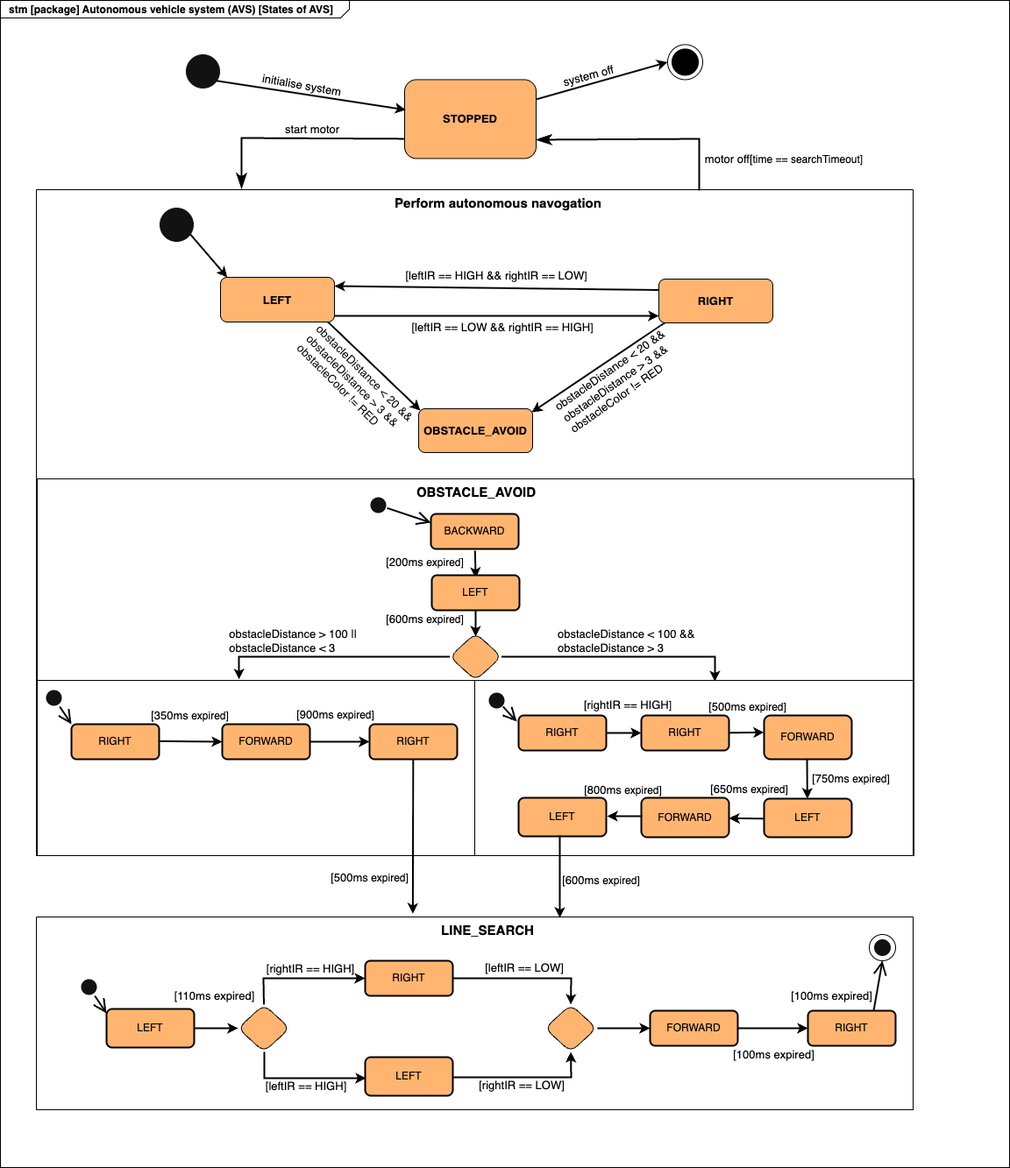
Before: Prototype Analysis/Visualization/StateMachineDiagram.png, a diagram exported from draw.io (DariaShushkova/Autonomous_vehicle_prototype). Source tidied: cells renumbered, new cells last; positions are measured from the earlier drawing's top-left corner, leaving out a move shared by most shapes.
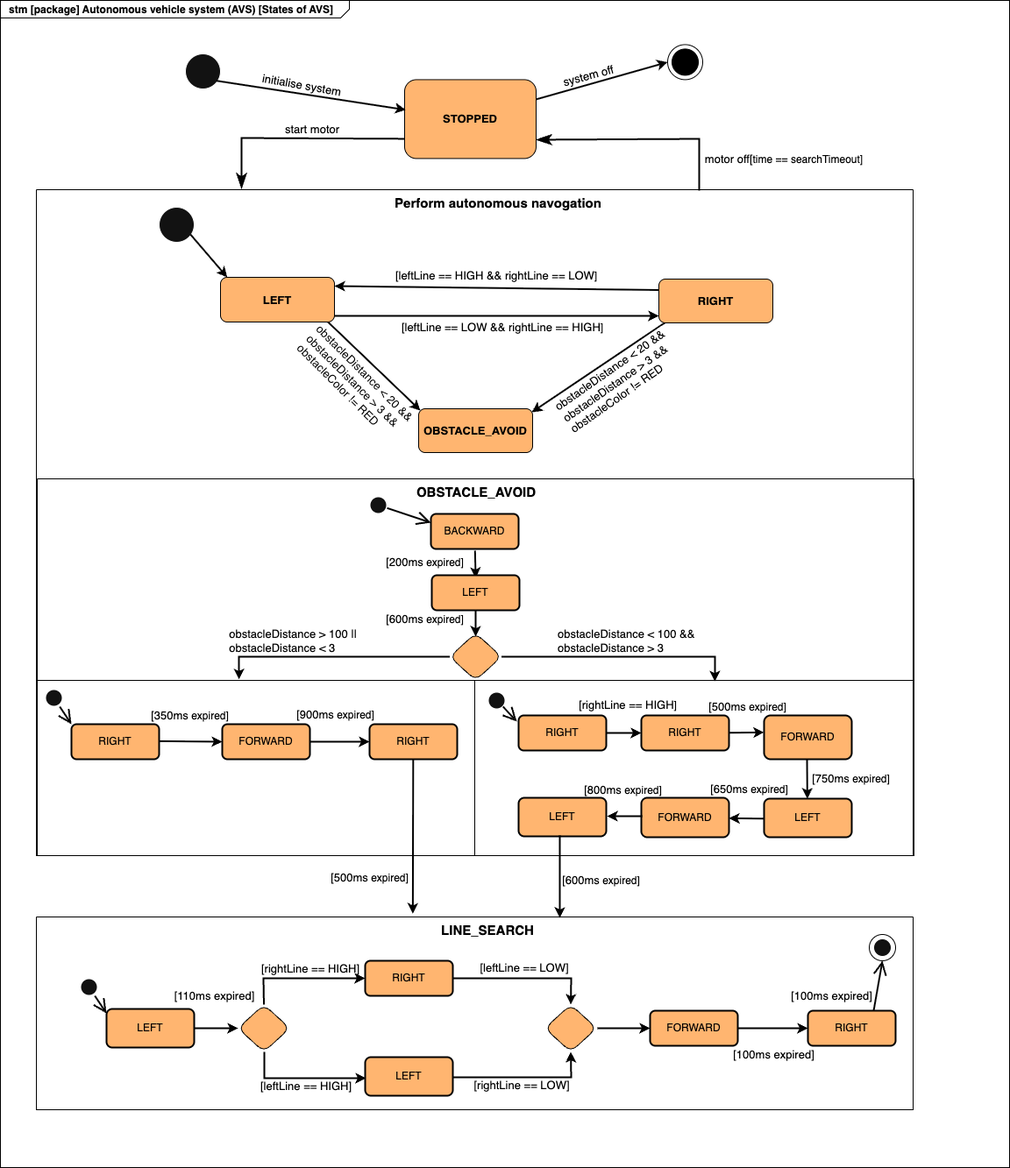
The same diagram one commit later.

Commit message:
final updates in the codeand StateMachineDiagram, some corrections in presentatiom

Diff of the diagram source:
```diff
@@ -47,7 +47,7 @@
     <mxCell id="13" value="&lt;span style=&quot;font-size: 13px;&quot;&gt;&lt;b&gt;RIGHT&lt;/b&gt;&lt;/span&gt;" style="shape=rect;rounded=1;html=1;whiteSpace=wrap;align=center;fillColor=light-dark(#FFFFFF,#FFB570);strokeColor=light-dark(#000000,#000000);fontColor=light-dark(#000000,#000000);" parent="9" vertex="1">
       <mxGeometry x="710" y="102" width="130" height="50" as="geometry" />
     </mxCell>
-    <mxCell id="14" value="&lt;div style=&quot;text-align: center;&quot;&gt;&lt;span style=&quot;text-align: start; background-color: light-dark(rgb(255, 255, 255), transparent); text-wrap-mode: nowrap;&quot;&gt;[&lt;/span&gt;&lt;span style=&quot;background-color: light-dark(rgb(255, 255, 255), transparent); text-wrap-mode: nowrap;&quot;&gt;leftIR == HIGH &amp;amp;&amp;amp; rightIR == LOW&lt;/span&gt;&lt;span style=&quot;background-color: light-dark(rgb(255, 255, 255), transparent); font-size: 12px; text-align: start;&quot;&gt;]&lt;/span&gt;&lt;/div&gt;" style="text;html=1;align=center;verticalAlign=middle;whiteSpace=wrap;rounded=0;fontFamily=Helvetica;fontSize=13;fontColor=light-dark(#000000,#000000);labelBackgroundColor=light-dark(#FFFFFF,transparent);rotation=0;" parent="9" vertex="1">
+    <mxCell id="14" value="&lt;div style=&quot;text-align: center;&quot;&gt;&lt;span style=&quot;text-align: start; background-color: light-dark(rgb(255, 255, 255), transparent); text-wrap-mode: nowrap;&quot;&gt;[&lt;/span&gt;&lt;span style=&quot;background-color: light-dark(rgb(255, 255, 255), transparent); text-wrap-mode: nowrap;&quot;&gt;leftLine == HIGH &amp;amp;&amp;amp; rightLine == LOW&lt;/span&gt;&lt;span style=&quot;background-color: light-dark(rgb(255, 255, 255), transparent); font-size: 12px; text-align: start;&quot;&gt;]&lt;/span&gt;&lt;/div&gt;" style="text;html=1;align=center;verticalAlign=middle;whiteSpace=wrap;rounded=0;fontFamily=Helvetica;fontSize=13;fontColor=light-dark(#000000,#000000);labelBackgroundColor=light-dark(#FFFFFF,transparent);rotation=0;" parent="9" vertex="1">
       <mxGeometry x="367.5" y="83" width="313.5" height="30" as="geometry" />
     </mxCell>
     <mxCell id="15" style="endArrow=classic;html=1;rounded=0;strokeColor=light-dark(#000000,#000000);exitX=1;exitY=0.25;exitDx=0;exitDy=0;strokeWidth=2;" parent="9" edge="1">
@@ -239,7 +239,7 @@
     <mxCell id="63" value="&lt;span style=&quot;font-size: 13px;&quot;&gt;&lt;b&gt;LEFT&lt;/b&gt;&lt;/span&gt;" style="shape=rect;rounded=1;html=1;whiteSpace=wrap;align=center;fillColor=light-dark(#FFFFFF,#FFB570);strokeColor=light-dark(#000000,#000000);fontColor=light-dark(#000000,#000000);" parent="1" vertex="1">
       <mxGeometry x="251" y="316" width="130" height="51" as="geometry" />
     </mxCell>
-    <mxCell id="64" value="&lt;div style=&quot;text-align: center;&quot;&gt;&lt;span style=&quot;text-align: start; background-color: light-dark(rgb(255, 255, 255), transparent); text-wrap-mode: nowrap;&quot;&gt;[&lt;/span&gt;&lt;span style=&quot;background-color: light-dark(rgb(255, 255, 255), transparent); text-wrap-mode: nowrap;&quot;&gt;leftIR == LOW &amp;amp;&amp;amp; rightIR == HIGH&lt;/span&gt;&lt;span style=&quot;background-color: light-dark(rgb(255, 255, 255), transparent); font-size: 12px; text-align: start;&quot;&gt;]&lt;/span&gt;&lt;/div&gt;" style="text;html=1;align=center;verticalAlign=middle;whiteSpace=wrap;rounded=0;fontFamily=Helvetica;fontSize=13;fontColor=light-dark(#000000,#000000);labelBackgroundColor=light-dark(#FFFFFF,transparent);rotation=0;" parent="1" vertex="1">
+    <mxCell id="64" value="&lt;div style=&quot;text-align: center;&quot;&gt;&lt;span style=&quot;text-align: start; background-color: light-dark(rgb(255, 255, 255), transparent); text-wrap-mode: nowrap;&quot;&gt;[&lt;/span&gt;&lt;span style=&quot;background-color: light-dark(rgb(255, 255, 255), transparent); text-wrap-mode: nowrap;&quot;&gt;leftLine == LOW &amp;amp;&amp;amp; rightLine == HIGH&lt;/span&gt;&lt;span style=&quot;background-color: light-dark(rgb(255, 255, 255), transparent); font-size: 12px; text-align: start;&quot;&gt;]&lt;/span&gt;&lt;/div&gt;" style="text;html=1;align=center;verticalAlign=middle;whiteSpace=wrap;rounded=0;fontFamily=Helvetica;fontSize=13;fontColor=light-dark(#000000,#000000);labelBackgroundColor=light-dark(#FFFFFF,transparent);rotation=0;" parent="1" vertex="1">
       <mxGeometry x="416" y="358" width="313.5" height="30" as="geometry" />
     </mxCell>
     <mxCell id="65" value="BACKWARD" style="strokeColor=light-dark(#000000,#000000);fillColor=light-dark(#000000,#FFB570);shape=rect;html=1;rounded=1;whiteSpace=wrap;align=center;rotation=0;fontColor=light-dark(#000000,#000000);strokeWidth=2;" parent="1" vertex="1">
@@ -251,7 +251,7 @@
     <mxCell id="67" value="RIGHT" style="strokeColor=light-dark(#000000,#000000);fillColor=light-dark(#000000,#FFB570);shape=rect;html=1;rounded=1;whiteSpace=wrap;align=center;rotation=0;fontColor=light-dark(#000000,#000000);strokeWidth=2;" parent="1" vertex="1">
       <mxGeometry x="81" y="826" width="100" height="40" as="geometry" />
     </mxCell>
-    <mxCell id="68" value="&lt;div style=&quot;text-align: center;&quot;&gt;&lt;span&gt;&lt;span style=&quot;text-align: start; text-wrap-mode: nowrap;&quot;&gt;[right&lt;/span&gt;&lt;span style=&quot;text-wrap-mode: nowrap;&quot;&gt;IR == HIGH&lt;/span&gt;&lt;span style=&quot;font-size: 12px; text-align: start;&quot;&gt;]&lt;/span&gt;&lt;/span&gt;&lt;/div&gt;" style="text;html=1;align=center;verticalAlign=middle;whiteSpace=wrap;rounded=0;fontFamily=Helvetica;fontSize=13;fontColor=light-dark(#000000,#000000);labelBackgroundColor=light-dark(#FFFFFF,transparent);rotation=0;fillColor=none;" parent="1" vertex="1">
+    <mxCell id="68" value="&lt;div style=&quot;text-align: center;&quot;&gt;&lt;span&gt;&lt;span style=&quot;text-align: start; text-wrap-mode: nowrap;&quot;&gt;[rightLine&lt;/span&gt;&lt;span style=&quot;text-wrap-mode: nowrap;&quot;&gt;&amp;nbsp;== HIGH&lt;/span&gt;&lt;span style=&quot;font-size: 12px; text-align: start;&quot;&gt;]&lt;/span&gt;&lt;/span&gt;&lt;/div&gt;" style="text;html=1;align=center;verticalAlign=middle;whiteSpace=wrap;rounded=0;fontFamily=Helvetica;fontSize=13;fontColor=light-dark(#000000,#000000);labelBackgroundColor=light-dark(#FFFFFF,transparent);rotation=0;fillColor=none;" parent="1" vertex="1">
       <mxGeometry x="686" y="799" width="60" height="10" as="geometry" />
     </mxCell>
     <mxCell id="69" value="&lt;div style=&quot;text-align: center;&quot;&gt;&lt;div&gt;&lt;span style=&quot;text-align: start; background-color: light-dark(rgb(255, 255, 255), transparent); text-wrap-mode: nowrap;&quot;&gt;[500ms&lt;/span&gt;&lt;span style=&quot;font-size: 12px; text-align: start; background-color: light-dark(rgb(255, 255, 255), transparent);&quot;&gt;&amp;nbsp;expired]&lt;/span&gt;&lt;/div&gt;&lt;/div&gt;" style="text;html=1;align=center;verticalAlign=middle;whiteSpace=wrap;rounded=0;fontFamily=Helvetica;fontSize=13;fontColor=light-dark(#000000,#000000);labelBackgroundColor=light-dark(#FFFFFF,transparent);rotation=0;" parent="1" vertex="1">
@@ -290,10 +290,10 @@
         </Array>
       </mxGeometry>
     </mxCell>
-    <mxCell id="78" value="&lt;div style=&quot;text-align: center;&quot;&gt;&lt;span&gt;&lt;span style=&quot;text-align: start; text-wrap-mode: nowrap;&quot;&gt;[&lt;/span&gt;&lt;span style=&quot;text-wrap-mode: nowrap;&quot;&gt;leftIR == HIGH&lt;/span&gt;&lt;span style=&quot;text-align: start;&quot;&gt;]&lt;/span&gt;&lt;/span&gt;&lt;/div&gt;" style="text;html=1;align=center;verticalAlign=middle;whiteSpace=wrap;rounded=0;fontFamily=Helvetica;fontSize=13;fontColor=light-dark(#000000,#000000);labelBackgroundColor=light-dark(#FFFFFF,transparent);rotation=0;fillColor=none;" parent="73" vertex="1">
+    <mxCell id="78" value="&lt;div style=&quot;text-align: center;&quot;&gt;&lt;span&gt;&lt;span style=&quot;text-align: start; text-wrap-mode: nowrap;&quot;&gt;[&lt;/span&gt;&lt;span style=&quot;text-wrap-mode: nowrap;&quot;&gt;leftLine == HIGH&lt;/span&gt;&lt;span style=&quot;text-align: start;&quot;&gt;]&lt;/span&gt;&lt;/span&gt;&lt;/div&gt;" style="text;html=1;align=center;verticalAlign=middle;whiteSpace=wrap;rounded=0;fontFamily=Helvetica;fontSize=13;fontColor=light-dark(#000000,#000000);labelBackgroundColor=light-dark(#FFFFFF,transparent);rotation=0;fillColor=none;" parent="73" vertex="1">
       <mxGeometry x="278" y="188" width="60" height="10" as="geometry" />
     </mxCell>
-    <mxCell id="79" value="&lt;div style=&quot;text-align: center;&quot;&gt;&lt;span&gt;&lt;span style=&quot;text-align: start; text-wrap-mode: nowrap;&quot;&gt;[rightI&lt;/span&gt;&lt;span style=&quot;text-wrap-mode: nowrap;&quot;&gt;R == HIGH&lt;/span&gt;&lt;span style=&quot;text-align: start;&quot;&gt;]&lt;/span&gt;&lt;/span&gt;&lt;/div&gt;" style="text;html=1;align=center;verticalAlign=middle;whiteSpace=wrap;rounded=0;fontFamily=Helvetica;fontSize=13;fontColor=light-dark(#000000,#000000);labelBackgroundColor=light-dark(#FFFFFF,transparent);rotation=0;fillColor=none;" parent="73" vertex="1">
+    <mxCell id="79" value="&lt;div style=&quot;text-align: center;&quot;&gt;&lt;span&gt;&lt;span style=&quot;text-align: start; text-wrap-mode: nowrap;&quot;&gt;[rightLine&lt;/span&gt;&lt;span style=&quot;text-wrap-mode: nowrap;&quot;&gt;&amp;nbsp;== HIGH&lt;/span&gt;&lt;span style=&quot;text-align: start;&quot;&gt;]&lt;/span&gt;&lt;/span&gt;&lt;/div&gt;" style="text;html=1;align=center;verticalAlign=middle;whiteSpace=wrap;rounded=0;fontFamily=Helvetica;fontSize=13;fontColor=light-dark(#000000,#000000);labelBackgroundColor=light-dark(#FFFFFF,transparent);rotation=0;fillColor=none;" parent="73" vertex="1">
       <mxGeometry x="266" y="47" width="94" height="24" as="geometry" />
     </mxCell>
     <mxCell id="80" style="endArrow=classic;html=1;rounded=0;strokeColor=light-dark(#000000,#000000);strokeWidth=2;exitX=1;exitY=0.5;exitDx=0;exitDy=0;entryX=0.5;entryY=0;entryDx=0;entryDy=0;" parent="73" edge="1" target="83">
@@ -318,10 +318,10 @@
     <mxCell id="83" style="rhombus;whiteSpace=wrap;html=1;fillColor=light-dark(#FFFFFF,#FFB570);strokeColor=light-dark(#000000,#000000);fontColor=light-dark(#000000,#000000);rounded=1;" parent="73" vertex="1">
       <mxGeometry x="580" y="100" width="59" height="54" as="geometry" />
     </mxCell>
-    <mxCell id="84" value="&lt;div style=&quot;text-align: center;&quot;&gt;&lt;span&gt;&lt;span style=&quot;text-align: start; text-wrap-mode: nowrap;&quot;&gt;[&lt;/span&gt;&lt;span style=&quot;text-wrap-mode: nowrap;&quot;&gt;leftIR == LOW&lt;/span&gt;&lt;span style=&quot;text-align: start;&quot;&gt;]&lt;/span&gt;&lt;/span&gt;&lt;/div&gt;" style="text;html=1;align=center;verticalAlign=middle;whiteSpace=wrap;rounded=0;fontFamily=Helvetica;fontSize=13;fontColor=light-dark(#000000,#000000);labelBackgroundColor=light-dark(#FFFFFF,transparent);rotation=0;fillColor=none;" parent="73" vertex="1">
+    <mxCell id="84" value="&lt;div style=&quot;text-align: center;&quot;&gt;&lt;span&gt;&lt;span style=&quot;text-align: start; text-wrap-mode: nowrap;&quot;&gt;[&lt;/span&gt;&lt;span style=&quot;text-wrap-mode: nowrap;&quot;&gt;leftLine == LOW&lt;/span&gt;&lt;span style=&quot;text-align: start;&quot;&gt;]&lt;/span&gt;&lt;/span&gt;&lt;/div&gt;" style="text;html=1;align=center;verticalAlign=middle;whiteSpace=wrap;rounded=0;fontFamily=Helvetica;fontSize=13;fontColor=light-dark(#000000,#000000);labelBackgroundColor=light-dark(#FFFFFF,transparent);rotation=0;fillColor=none;" parent="73" vertex="1">
       <mxGeometry x="517" y="53" width="80" height="10" as="geometry" />
     </mxCell>
-    <mxCell id="85" value="&lt;div style=&quot;text-align: center;&quot;&gt;&lt;span&gt;&lt;span style=&quot;text-align: start; text-wrap-mode: nowrap;&quot;&gt;[right&lt;/span&gt;&lt;span style=&quot;text-wrap-mode: nowrap;&quot;&gt;IR == LOW]&lt;/span&gt;&lt;/span&gt;&lt;/div&gt;" style="text;html=1;align=center;verticalAlign=middle;whiteSpace=wrap;rounded=0;fontFamily=Helvetica;fontSize=13;fontColor=light-dark(#000000,#000000);labelBackgroundColor=light-dark(#FFFFFF,transparent);rotation=0;fillColor=none;" parent="73" vertex="1">
+    <mxCell id="85" value="&lt;div style=&quot;text-align: center;&quot;&gt;&lt;span&gt;&lt;span style=&quot;text-align: start; text-wrap-mode: nowrap;&quot;&gt;[rightLine&lt;/span&gt;&lt;span style=&quot;text-wrap-mode: nowrap;&quot;&gt;&amp;nbsp;== LOW]&lt;/span&gt;&lt;/span&gt;&lt;/div&gt;" style="text;html=1;align=center;verticalAlign=middle;whiteSpace=wrap;rounded=0;fontFamily=Helvetica;fontSize=13;fontColor=light-dark(#000000,#000000);labelBackgroundColor=light-dark(#FFFFFF,transparent);rotation=0;fillColor=none;" parent="73" vertex="1">
       <mxGeometry x="524" y="187" width="60" height="10" as="geometry" />
     </mxCell>
     <mxCell id="86" value="&lt;div style=&quot;text-align: center;&quot;&gt;&lt;div&gt;&lt;span style=&quot;text-align: start; background-color: light-dark(rgb(255, 255, 255), transparent); text-wrap-mode: nowrap;&quot;&gt;[100ms&lt;/span&gt;&lt;span style=&quot;text-align: start; background-color: light-dark(rgb(255, 255, 255), transparent);&quot;&gt;&amp;nbsp;expired]&lt;/span&gt;&lt;/div&gt;&lt;/div&gt;" style="text;html=1;align=center;verticalAlign=middle;whiteSpace=wrap;rounded=0;fontFamily=Helvetica;fontSize=13;fontColor=light-dark(#000000,#000000);labelBackgroundColor=light-dark(#FFFFFF,transparent);rotation=0;" parent="73" vertex="1">
```
